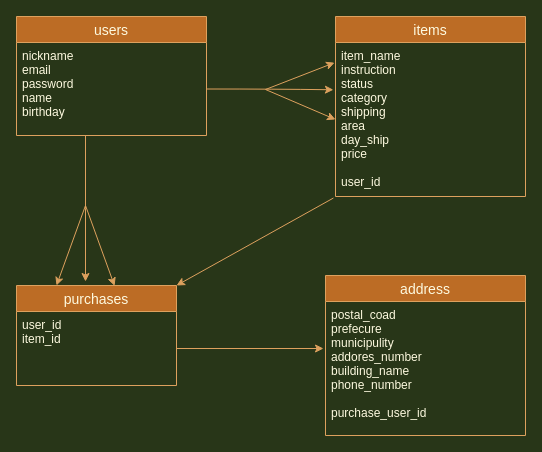
Before: furima-32076.dio in 0204ito/furima-32076, a draw.io diagram. Source tidied: cells renumbered, new cells numbered last; positions are measured from the earlier drawing's top-left corner, leaving out a move shared by most shapes. Both pictures are drawn from the tidied source at 100%, with x=0, y=0 at pixel (16, 16).
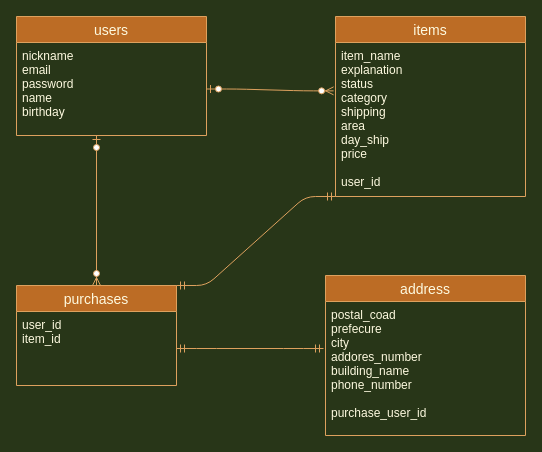
The same diagram, later.

Commit message (it also covers changes not shown here):
READEMEにデータベース設計を記述

The change refers to these unchanged cells:
```xml
<mxCell id="4" value="users" style="swimlane;fontStyle=0;horizontal=1;startSize=26;align=center;fontSize=14;fillColor=#BC6C25;strokeColor=#DDA15E;fontColor=#FEFAE0;" parent="1" vertex="1">
  <mxGeometry width="190" height="119" as="geometry" />
</mxCell>
<mxCell id="5" value="nickname&#10;email&#10;password&#10;name&#10;birthday" style="text;strokeColor=none;fillColor=none;spacingLeft=4;spacingRight=4;overflow=hidden;points=[[0,0.5],[1,0.5]];portConstraint=eastwest;fontSize=12;fontFamily=Helvetica;fontColor=#FEFAE0;" parent="4" vertex="1">
  <mxGeometry y="26" width="190" height="93" as="geometry" />
</mxCell>
<mxCell id="6" value="address" style="swimlane;fontStyle=0;horizontal=1;startSize=26;align=center;fontSize=14;fillColor=#BC6C25;strokeColor=#DDA15E;fontColor=#FEFAE0;" parent="1" vertex="1">
  <mxGeometry x="309" y="259" width="200" height="160" as="geometry" />
</mxCell>
<mxCell id="8" value="items" style="swimlane;fontStyle=0;horizontal=1;startSize=26;align=center;fontSize=14;fillColor=#BC6C25;strokeColor=#DDA15E;fontColor=#FEFAE0;" parent="1" vertex="1">
  <mxGeometry x="319" width="190" height="180" as="geometry" />
</mxCell>
<mxCell id="11" value="purchases" style="swimlane;fontStyle=0;horizontal=1;startSize=26;align=center;fontSize=14;fillColor=#BC6C25;strokeColor=#DDA15E;fontColor=#FEFAE0;" parent="1" vertex="1">
  <mxGeometry y="269" width="160" height="100" as="geometry" />
</mxCell>
<mxCell id="12" value="user_id&#10;item_id&#10;&#10;&#10;" style="text;strokeColor=none;fillColor=none;spacingLeft=4;spacingRight=4;overflow=hidden;points=[[0,0.5],[1,0.5]];portConstraint=eastwest;fontSize=12;fontColor=#FEFAE0;" parent="11" vertex="1">
  <mxGeometry y="26" width="160" height="74" as="geometry" />
</mxCell>
```

What changed in the source:
```diff
@@
-    <mxCell id="2" style="edgeStyle=elbowEdgeStyle;rounded=0;jettySize=auto;html=1;fontFamily=Helvetica;labelBackgroundColor=#283618;strokeColor=#DDA15E;fontColor=#FEFAE0;" parent="1" edge="1" source="4">
-      <mxGeometry relative="1" as="geometry">
-        <mxPoint x="69" y="265" as="targetPoint" />
-      </mxGeometry>
-    </mxCell>
-    <mxCell id="3" style="edgeStyle=none;rounded=0;jettySize=auto;html=1;startArrow=none;startFill=0;fontFamily=Helvetica;entryX=0.613;entryY=0.004;entryDx=0;entryDy=0;entryPerimeter=0;labelBackgroundColor=#283618;strokeColor=#DDA15E;fontColor=#FEFAE0;" parent="1" edge="1" target="11">
-      <mxGeometry relative="1" as="geometry">
-        <mxPoint x="69" y="189" as="sourcePoint" />
-      </mxGeometry>
-    </mxCell>
@@
-    <mxCell id="7" value="postal_coad&#10;prefecure&#10;municipulity&#10;addores_number&#10;building_name&#10;phone_number&#10;&#10;purchase_user_id" style="text;strokeColor=none;fillColor=none;spacingLeft=4;spacingRight=4;overflow=hidden;fontSize=12;fontColor=#FEFAE0;" parent="6" vertex="1">
+    <mxCell id="7" value="postal_coad&#10;prefecure&#10;city&#10;addores_number&#10;building_name&#10;phone_number&#10;&#10;purchase_user_id" style="text;strokeColor=none;fillColor=none;spacingLeft=4;spacingRight=4;overflow=hidden;fontSize=12;fontColor=#FEFAE0;" parent="6" vertex="1">
       <mxGeometry y="26" width="200" height="134" as="geometry" />
     </mxCell>
@@
-    <mxCell id="9" value="item_name&#10;instruction&#10;status&#10;category&#10;shipping&#10;area&#10;day_ship&#10;price&#10;&#10;user_id" style="text;strokeColor=none;fillColor=none;spacingLeft=4;spacingRight=4;overflow=hidden;points=[[0,0.5],[1,0.5]];portConstraint=eastwest;fontSize=12;fontColor=#FEFAE0;" parent="8" vertex="1">
+    <mxCell id="9" value="item_name&#10;explanation&#10;status&#10;category&#10;shipping&#10;area&#10;day_ship&#10;price&#10;&#10;user_id" style="text;strokeColor=none;fillColor=none;spacingLeft=4;spacingRight=4;overflow=hidden;points=[[0,0.5],[1,0.5]];portConstraint=eastwest;fontSize=12;fontColor=#FEFAE0;" parent="8" vertex="1">
       <mxGeometry y="26" width="190" height="154" as="geometry" />
     </mxCell>
-    <mxCell id="10" style="edgeStyle=none;rounded=0;orthogonalLoop=1;jettySize=auto;html=1;exitX=0;exitY=0.5;exitDx=0;exitDy=0;startArrow=none;startFill=0;fontFamily=Helvetica;labelBackgroundColor=#283618;strokeColor=#DDA15E;fontColor=#FEFAE0;" parent="8" edge="1" source="9" target="9">
+    <mxCell id="10" style="edgeStyle=none;rounded=0;orthogonalLoop=1;jettySize=auto;html=1;exitX=0;exitY=0.5;exitDx=0;exitDy=0;startArrow=none;startFill=0;fontFamily=Helvetica;strokeColor=#DDA15E;fontColor=#FEFAE0;labelBackgroundColor=#283618;" parent="8" edge="1" source="9" target="9">
       <mxGeometry relative="1" as="geometry" />
     </mxCell>
@@
+    <mxCell id="19" style="edgeStyle=entityRelationEdgeStyle;fontSize=12;html=1;endArrow=ERmandOne;startArrow=ERmandOne;strokeColor=#DDA15E;fillColor=#BC6C25;exitX=1;exitY=0;exitDx=0;exitDy=0;fontColor=#FEFAE0;labelBackgroundColor=#283618;" parent="1" edge="1" source="11">
+      <mxGeometry relative="1" as="geometry">
+        <mxPoint x="319" y="180" as="targetPoint" />
+      </mxGeometry>
+    </mxCell>
+    <mxCell id="20" style="edgeStyle=entityRelationEdgeStyle;fontSize=12;html=1;endArrow=ERmandOne;startArrow=ERmandOne;strokeColor=#DDA15E;fillColor=#BC6C25;exitX=1;exitY=0.5;exitDx=0;exitDy=0;fontColor=#FEFAE0;labelBackgroundColor=#283618;" parent="1" edge="1" source="12">
+      <mxGeometry relative="1" as="geometry">
+        <mxPoint x="307" y="332" as="targetPoint" />
+      </mxGeometry>
+    </mxCell>
-    <mxCell id="13" style="edgeStyle=orthogonalEdgeStyle;rounded=0;jettySize=auto;html=1;exitX=1;exitY=0.5;exitDx=0;exitDy=0;entryX=-0.011;entryY=0.307;entryDx=0;entryDy=0;entryPerimeter=0;fontFamily=Helvetica;curved=1;labelBackgroundColor=#283618;strokeColor=#DDA15E;fontColor=#FEFAE0;" parent="1" edge="1" source="5" target="9">
-      <mxGeometry relative="1" as="geometry">
-        <Array as="points">
-          <mxPoint x="259" y="73" />
-        </Array>
-      </mxGeometry>
+    <mxCell id="13" style="edgeStyle=entityRelationEdgeStyle;fontSize=12;html=1;endArrow=ERzeroToMany;startArrow=ERzeroToOne;strokeColor=#DDA15E;fillColor=#BC6C25;exitX=1;exitY=0.5;exitDx=0;exitDy=0;entryX=-0.01;entryY=0.314;entryDx=0;entryDy=0;entryPerimeter=0;fontColor=#FEFAE0;labelBackgroundColor=#283618;" parent="1" edge="1" source="5" target="9">
+      <mxGeometry relative="1" as="geometry" />
     </mxCell>
-    <mxCell id="14" style="edgeStyle=none;rounded=0;jettySize=auto;html=1;entryX=-0.005;entryY=0.131;entryDx=0;entryDy=0;entryPerimeter=0;startArrow=none;startFill=0;fontFamily=Helvetica;labelBackgroundColor=#283618;strokeColor=#DDA15E;fontColor=#FEFAE0;" parent="1" edge="1" target="9">
-      <mxGeometry relative="1" as="geometry">
-        <mxPoint x="249" y="73" as="sourcePoint" />
-      </mxGeometry>
-    </mxCell>
-    <mxCell id="15" style="edgeStyle=none;rounded=0;jettySize=auto;html=1;entryX=0;entryY=0.5;entryDx=0;entryDy=0;startArrow=none;startFill=0;fontFamily=Helvetica;labelBackgroundColor=#283618;strokeColor=#DDA15E;fontColor=#FEFAE0;" parent="1" edge="1" target="9">
-      <mxGeometry relative="1" as="geometry">
-        <mxPoint x="249" y="73" as="sourcePoint" />
-      </mxGeometry>
-    </mxCell>
-    <mxCell id="16" style="edgeStyle=none;rounded=0;jettySize=auto;html=1;startArrow=none;startFill=0;fontFamily=Helvetica;entryX=0.25;entryY=0;entryDx=0;entryDy=0;labelBackgroundColor=#283618;strokeColor=#DDA15E;fontColor=#FEFAE0;" parent="1" edge="1" target="11">
-      <mxGeometry relative="1" as="geometry">
-        <mxPoint x="69" y="189" as="sourcePoint" />
-      </mxGeometry>
-    </mxCell>
-    <mxCell id="17" style="edgeStyle=none;rounded=0;jettySize=auto;html=1;exitX=1;exitY=0.5;exitDx=0;exitDy=0;startArrow=none;startFill=0;fontFamily=Helvetica;labelBackgroundColor=#283618;strokeColor=#DDA15E;fontColor=#FEFAE0;" parent="1" edge="1" source="12">
-      <mxGeometry relative="1" as="geometry">
-        <mxPoint x="307" y="332" as="targetPoint" />
-      </mxGeometry>
-    </mxCell>
-    <mxCell id="18" style="edgeStyle=none;rounded=0;jettySize=auto;html=1;exitX=-0.011;exitY=1.01;exitDx=0;exitDy=0;entryX=1;entryY=0;entryDx=0;entryDy=0;startArrow=none;startFill=0;fontFamily=Helvetica;exitPerimeter=0;labelBackgroundColor=#283618;strokeColor=#DDA15E;fontColor=#FEFAE0;" parent="1" edge="1" source="9" target="11">
-      <mxGeometry relative="1" as="geometry" />
-    </mxCell>
+    <mxCell id="21" style="fontSize=12;html=1;endArrow=ERzeroToMany;startArrow=ERzeroToOne;strokeColor=#DDA15E;fillColor=#BC6C25;entryX=0.5;entryY=0;entryDx=0;entryDy=0;fontColor=#FEFAE0;labelBackgroundColor=#283618;" parent="1" edge="1" target="11">
+      <mxGeometry relative="1" as="geometry">
+        <mxPoint x="80" y="119" as="sourcePoint" />
+      </mxGeometry>
+    </mxCell>
```
